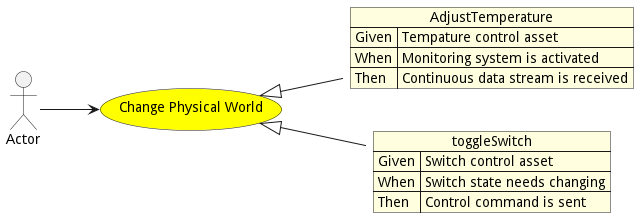
Before: docs/edgemere/cpl/pw/usecases/changephysicalworld/activities.png, a diagram exported from PlantUML (madajaju/edgemere).
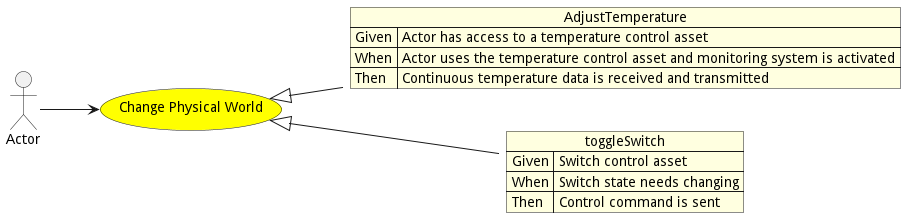
Above is the later version.

The edit, as a diff of the source:
```diff
@@ -12,9 +12,9 @@
 
 
 json AdjustTemperature #lightyellow {
-    "Given": "Tempature control asset",
-    "When": "Monitoring system is activated",
-    "Then": "Continuous data stream is received"
+    "Given": "Actor has access to a temperature control asset",
+    "When": "Actor uses the temperature control asset and monitoring system is activated",
+    "Then": "Continuous temperature data is received and transmitted"
 }
 
 ChangePhysicalWorld <|-- AdjustTemperature
```
